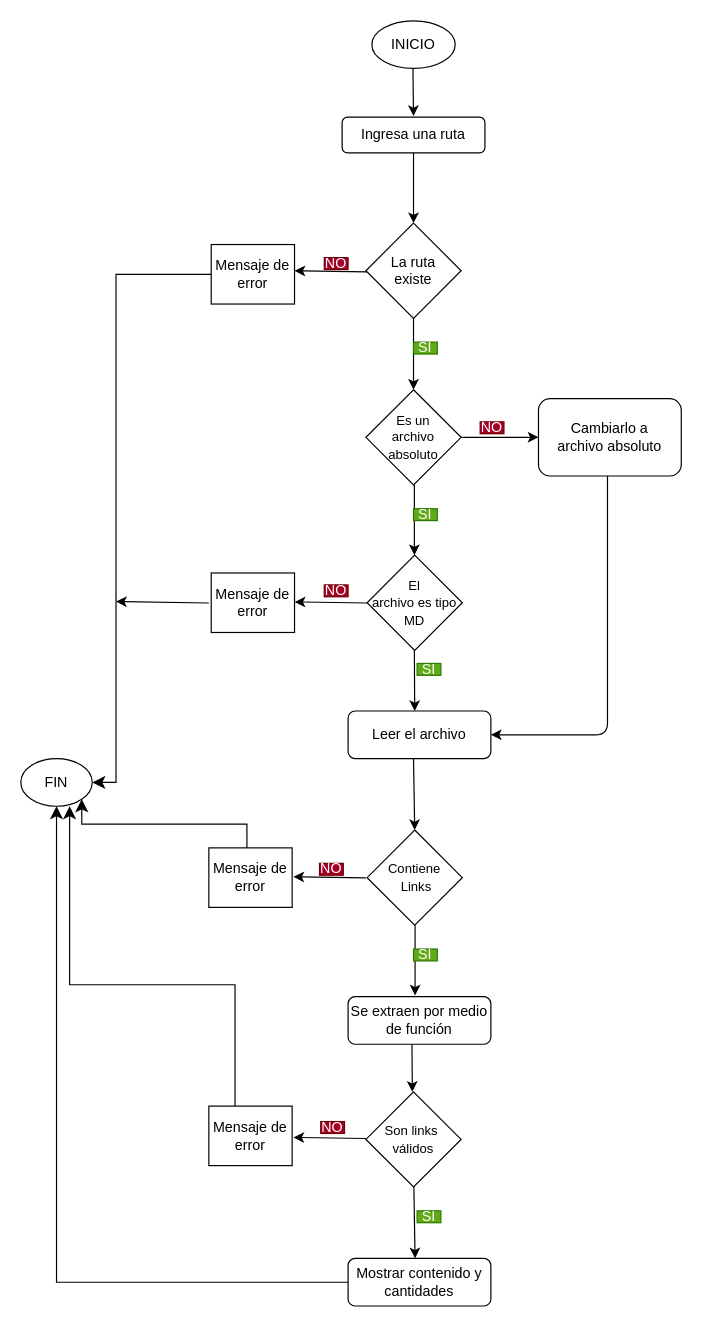
Before: diagrama.drawio in Laboratoria/DEV002-md-links, a draw.io diagram. Source tidied: cells renumbered, new cells numbered last; positions are measured from the earlier drawing's top-left corner, leaving out a move shared by most shapes. Both pictures are drawn from the tidied source at 119%, with x=0, y=0 at pixel (20, 20).
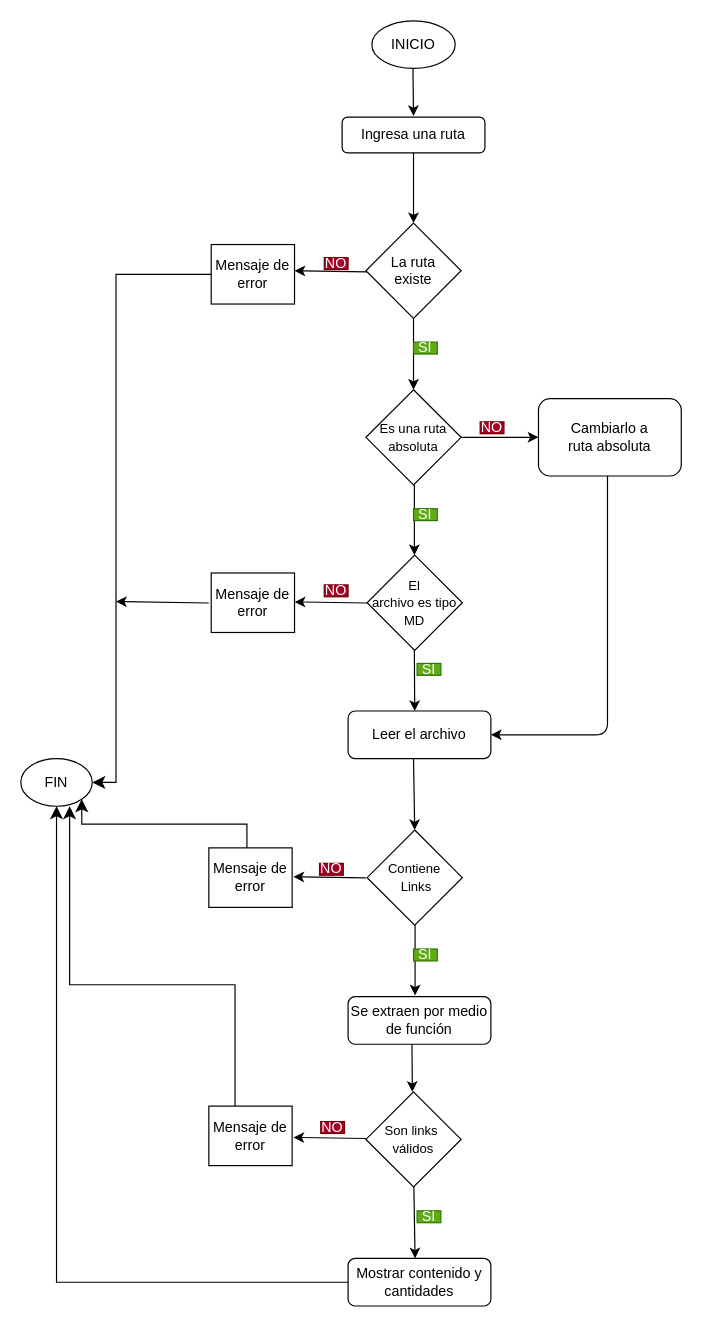
Above is the later version.

Commit message (it also covers changes not shown here):
Se agrega archivo functions.js, se hace un cambio en el diagrama, se crea carpeta para pruebas de rutas, se crea funcion para rutas absolutas

Diff of the diagram source:
```diff
@@
-    <mxCell id="14" value="&lt;font style=&quot;font-size: 11px;&quot;&gt;Es un&lt;br&gt;archivo absoluto&lt;/font&gt;" style="rhombus;whiteSpace=wrap;html=1;" parent="1" vertex="1">
+    <mxCell id="14" value="&lt;font style=&quot;font-size: 11px;&quot;&gt;Es una ruta absoluta&lt;/font&gt;" style="rhombus;whiteSpace=wrap;html=1;" parent="1" vertex="1">
       <mxGeometry x="290" y="310" width="80" height="80" as="geometry" />
     </mxCell>
@@
-    <mxCell id="20" value="Cambiarlo a &lt;br&gt;archivo absoluto" style="rounded=1;whiteSpace=wrap;html=1;" parent="1" vertex="1">
+    <mxCell id="20" value="Cambiarlo a &lt;br&gt;ruta absoluta" style="rounded=1;whiteSpace=wrap;html=1;" parent="1" vertex="1">
       <mxGeometry x="435" y="317.5" width="120" height="65" as="geometry" />
     </mxCell>
```
